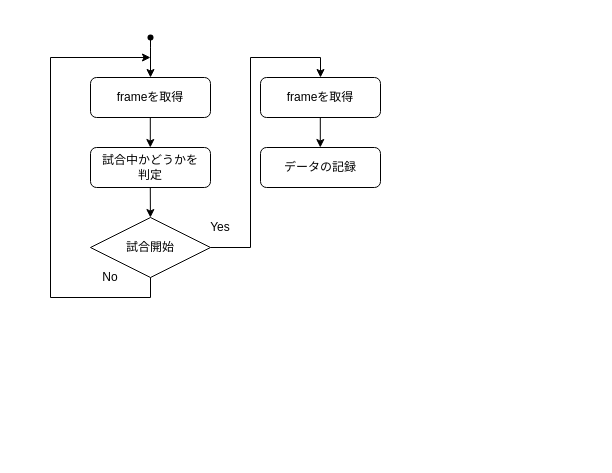
This is docs/名称未設定ファイル.drawio from MRyutaro/splatoon_analysis, a draw.io file, before an edit. Source tidied: cells renumbered, new cells numbered last; positions are measured from the earlier drawing's top-left corner, leaving out a move shared by most shapes. Both pictures are drawn from the tidied source at 100%, with x=0, y=0 at pixel (50, 17).
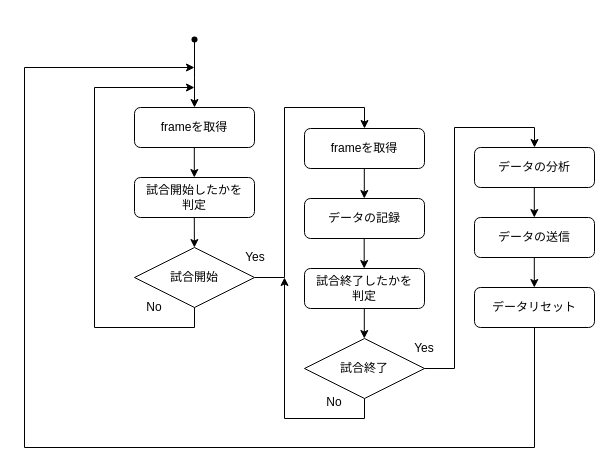
The same diagram, later.

Commit message:
flow.drawioのプロトタイプ完成

Diff of the diagram source:
```diff
@@
     <mxCell id="2" value="frameを取得" style="rounded=1;whiteSpace=wrap;html=1;fontSize=12;glass=0;strokeWidth=1;shadow=0;" parent="1" vertex="1">
-      <mxGeometry x="40" y="60" width="120" height="40" as="geometry" />
+      <mxGeometry x="84" y="90" width="120" height="40" as="geometry" />
     </mxCell>
     <mxCell id="3" style="shape=waypoint;sketch=0;fillStyle=solid;size=6;fillColor=none;perimeter=centerPerimeter;" parent="1" vertex="1">
-      <mxGeometry x="80" width="40" height="40" as="geometry" />
+      <mxGeometry x="124" y="2" width="40" height="40" as="geometry" />
     </mxCell>
     <mxCell id="4" style="endArrow=classic;html=1;rounded=0;" parent="1" edge="1">
       <mxGeometry relative="1" as="geometry">
-        <mxPoint x="100" y="30" as="sourcePoint" />
-        <mxPoint x="100" y="60" as="targetPoint" />
+        <mxPoint x="144" y="60" as="sourcePoint" />
+        <mxPoint x="144" y="90" as="targetPoint" />
         <Array as="points">
-          <mxPoint x="100" y="20" />
-          <mxPoint x="100" y="30" />
+          <mxPoint x="144" y="20" />
+          <mxPoint x="144" y="60" />
         </Array>
       </mxGeometry>
     </mxCell>
     <mxCell id="5" style="endArrow=classic;html=1;rounded=0;" parent="1" edge="1">
       <mxGeometry relative="1" as="geometry">
-        <mxPoint x="99.8" y="100" as="sourcePoint" />
-        <mxPoint x="99.8" y="130" as="targetPoint" />
+        <mxPoint x="143.8" y="130" as="sourcePoint" />
+        <mxPoint x="143.8" y="160" as="targetPoint" />
         <Array as="points">
-          <mxPoint x="99.8" y="100" />
+          <mxPoint x="143.8" y="130" />
         </Array>
       </mxGeometry>
     </mxCell>
-    <mxCell id="6" value="試合中かどうかを&lt;br&gt;判定" style="rounded=1;whiteSpace=wrap;html=1;fontSize=12;glass=0;strokeWidth=1;shadow=0;" parent="1" vertex="1">
-      <mxGeometry x="40" y="130" width="120" height="40" as="geometry" />
+    <mxCell id="6" value="試合開始したかを&lt;br&gt;判定" style="rounded=1;whiteSpace=wrap;html=1;fontSize=12;glass=0;strokeWidth=1;shadow=0;" parent="1" vertex="1">
+      <mxGeometry x="84" y="160" width="120" height="40" as="geometry" />
     </mxCell>
     <mxCell id="7" style="endArrow=classic;html=1;rounded=0;" parent="1" edge="1" target="8">
       <mxGeometry relative="1" as="geometry">
-        <mxPoint x="99.8" y="170" as="sourcePoint" />
+        <mxPoint x="143.8" y="200" as="sourcePoint" />
         <Array as="points">
-          <mxPoint x="99.8" y="170" />
+          <mxPoint x="143.8" y="200" />
         </Array>
       </mxGeometry>
     </mxCell>
     <mxCell id="8" value="試合開始" style="rhombus;whiteSpace=wrap;html=1;" parent="1" vertex="1">
-      <mxGeometry x="40" y="200" width="120" height="60" as="geometry" />
+      <mxGeometry x="84" y="230" width="120" height="60" as="geometry" />
     </mxCell>
     <mxCell id="9" style="endArrow=classic;html=1;rounded=0;" parent="1" edge="1">
       <mxGeometry relative="1" as="geometry">
-        <mxPoint x="100" y="260" as="sourcePoint" />
-        <mxPoint x="100" y="40" as="targetPoint" />
+        <mxPoint x="144" y="290" as="sourcePoint" />
+        <mxPoint x="144" y="70" as="targetPoint" />
         <Array as="points">
-          <mxPoint x="100" y="280" />
-          <mxPoint y="280" />
-          <mxPoint y="40" />
+          <mxPoint x="144" y="310" />
+          <mxPoint x="44" y="310" />
+          <mxPoint x="44" y="70" />
         </Array>
       </mxGeometry>
     </mxCell>
     <mxCell id="10" value="Yes" style="text;html=1;strokeColor=none;fillColor=none;align=center;verticalAlign=middle;whiteSpace=wrap;rounded=0;" parent="1" vertex="1">
-      <mxGeometry x="150" y="200" width="40" height="20" as="geometry" />
+      <mxGeometry x="185" y="230" width="40" height="20" as="geometry" />
     </mxCell>
     <mxCell id="11" value="No" style="text;html=1;strokeColor=none;fillColor=none;align=center;verticalAlign=middle;whiteSpace=wrap;rounded=0;" parent="1" vertex="1">
-      <mxGeometry x="40" y="250" width="40" height="20" as="geometry" />
+      <mxGeometry x="84" y="280" width="40" height="20" as="geometry" />
     </mxCell>
     <mxCell id="12" style="endArrow=classic;html=1;rounded=0;exitX=1;exitY=0.5;exitDx=0;exitDy=0;entryX=0.5;entryY=0;entryDx=0;entryDy=0;" parent="1" edge="1" source="8" target="13">
       <mxGeometry relative="1" as="geometry">
         <Array as="points">
-          <mxPoint x="200" y="230" />
-          <mxPoint x="200" y="40" />
-          <mxPoint x="270" y="40" />
+          <mxPoint x="234" y="260" />
+          <mxPoint x="234" y="90" />
+          <mxPoint x="314" y="90" />
         </Array>
       </mxGeometry>
     </mxCell>
     <mxCell id="13" value="frameを取得" style="rounded=1;whiteSpace=wrap;html=1;fontSize=12;glass=0;strokeWidth=1;shadow=0;" parent="1" vertex="1">
-      <mxGeometry x="210" y="60" width="120" height="40" as="geometry" />
+      <mxGeometry x="254" y="111" width="120" height="40" as="geometry" />
     </mxCell>
     <mxCell id="14" style="endArrow=classic;html=1;rounded=0;" parent="1" edge="1">
       <mxGeometry relative="1" as="geometry">
-        <mxPoint x="269.8" y="100" as="sourcePoint" />
-        <mxPoint x="269.8" y="130" as="targetPoint" />
+        <mxPoint x="313.8" y="151" as="sourcePoint" />
+        <mxPoint x="313.8" y="181" as="targetPoint" />
         <Array as="points">
-          <mxPoint x="269.8" y="100" />
+          <mxPoint x="313.8" y="151" />
         </Array>
       </mxGeometry>
     </mxCell>
     <mxCell id="15" value="データの記録" style="rounded=1;whiteSpace=wrap;html=1;fontSize=12;glass=0;strokeWidth=1;shadow=0;" parent="1" vertex="1">
-      <mxGeometry x="210" y="130" width="120" height="40" as="geometry" />
+      <mxGeometry x="254" y="181" width="120" height="40" as="geometry" />
     </mxCell>
+    <mxCell id="16" value="試合終了したかを&lt;br&gt;判定" style="rounded=1;whiteSpace=wrap;html=1;fontSize=12;glass=0;strokeWidth=1;shadow=0;" parent="1" vertex="1">
+      <mxGeometry x="254" y="251" width="120" height="40" as="geometry" />
+    </mxCell>
+    <mxCell id="17" style="endArrow=classic;html=1;rounded=0;" parent="1" edge="1">
+      <mxGeometry relative="1" as="geometry">
+        <mxPoint x="313.7" y="221" as="sourcePoint" />
+        <mxPoint x="313.7" y="251" as="targetPoint" />
+        <Array as="points">
+          <mxPoint x="313.7" y="221" />
+        </Array>
+      </mxGeometry>
+    </mxCell>
+    <mxCell id="18" value="試合終了" style="rhombus;whiteSpace=wrap;html=1;" parent="1" vertex="1">
+      <mxGeometry x="254" y="321" width="120" height="60" as="geometry" />
+    </mxCell>
+    <mxCell id="19" style="endArrow=classic;html=1;rounded=0;exitX=0.5;exitY=1;exitDx=0;exitDy=0;" parent="1" edge="1">
+      <mxGeometry relative="1" as="geometry">
+        <mxPoint x="314" y="381" as="sourcePoint" />
+        <mxPoint x="234" y="260" as="targetPoint" />
+        <Array as="points">
+          <mxPoint x="314" y="401" />
+          <mxPoint x="234" y="401" />
+        </Array>
+      </mxGeometry>
+    </mxCell>
+    <mxCell id="20" value="No" style="text;html=1;strokeColor=none;fillColor=none;align=center;verticalAlign=middle;whiteSpace=wrap;rounded=0;" parent="1" vertex="1">
+      <mxGeometry x="264" y="375" width="40" height="20" as="geometry" />
+    </mxCell>
+    <mxCell id="21" style="endArrow=classic;html=1;rounded=0;exitX=1;exitY=0.5;exitDx=0;exitDy=0;" parent="1" edge="1">
+      <mxGeometry relative="1" as="geometry">
+        <mxPoint x="374" y="351" as="sourcePoint" />
+        <mxPoint x="484" y="130" as="targetPoint" />
+        <Array as="points">
+          <mxPoint x="404" y="351" />
+          <mxPoint x="404" y="110" />
+          <mxPoint x="484" y="110" />
+        </Array>
+      </mxGeometry>
+    </mxCell>
+    <mxCell id="22" style="endArrow=classic;html=1;rounded=0;" parent="1" edge="1">
+      <mxGeometry relative="1" as="geometry">
+        <mxPoint x="313.8" y="291" as="sourcePoint" />
+        <mxPoint x="313.8" y="321" as="targetPoint" />
+        <Array as="points">
+          <mxPoint x="313.8" y="291" />
+        </Array>
+      </mxGeometry>
+    </mxCell>
+    <mxCell id="23" value="データの分析" style="rounded=1;whiteSpace=wrap;html=1;fontSize=12;glass=0;strokeWidth=1;shadow=0;" parent="1" vertex="1">
+      <mxGeometry x="424" y="130" width="120" height="40" as="geometry" />
+    </mxCell>
+    <mxCell id="24" value="Yes" style="text;html=1;strokeColor=none;fillColor=none;align=center;verticalAlign=middle;whiteSpace=wrap;rounded=0;" parent="1" vertex="1">
+      <mxGeometry x="354" y="321" width="40" height="20" as="geometry" />
+    </mxCell>
+    <mxCell id="25" style="endArrow=classic;html=1;rounded=0;" parent="1" edge="1">
+      <mxGeometry relative="1" as="geometry">
+        <mxPoint x="483.8" y="170" as="sourcePoint" />
+        <mxPoint x="483.8" y="200" as="targetPoint" />
+        <Array as="points">
+          <mxPoint x="483.8" y="170" />
+        </Array>
+      </mxGeometry>
+    </mxCell>
+    <mxCell id="26" value="データの送信" style="rounded=1;whiteSpace=wrap;html=1;fontSize=12;glass=0;strokeWidth=1;shadow=0;" parent="1" vertex="1">
+      <mxGeometry x="424" y="200" width="120" height="40" as="geometry" />
+    </mxCell>
+    <mxCell id="27" style="endArrow=classic;html=1;rounded=0;" parent="1" edge="1">
+      <mxGeometry relative="1" as="geometry">
+        <mxPoint x="483.8" y="240" as="sourcePoint" />
+        <mxPoint x="483.8" y="270" as="targetPoint" />
+        <Array as="points">
+          <mxPoint x="483.8" y="240" />
+        </Array>
+      </mxGeometry>
+    </mxCell>
+    <mxCell id="28" value="データリセット" style="rounded=1;whiteSpace=wrap;html=1;fontSize=12;glass=0;strokeWidth=1;shadow=0;" parent="1" vertex="1">
+      <mxGeometry x="424" y="270" width="120" height="40" as="geometry" />
+    </mxCell>
+    <mxCell id="29" style="endArrow=classic;html=1;rounded=0;" parent="1" edge="1">
+      <mxGeometry relative="1" as="geometry">
+        <mxPoint x="484" y="310" as="sourcePoint" />
+        <mxPoint x="144" y="50" as="targetPoint" />
+        <Array as="points">
+          <mxPoint x="484" y="430" />
+          <mxPoint x="-26" y="430" />
+          <mxPoint x="-26" y="50" />
+        </Array>
+      </mxGeometry>
+    </mxCell>
```
